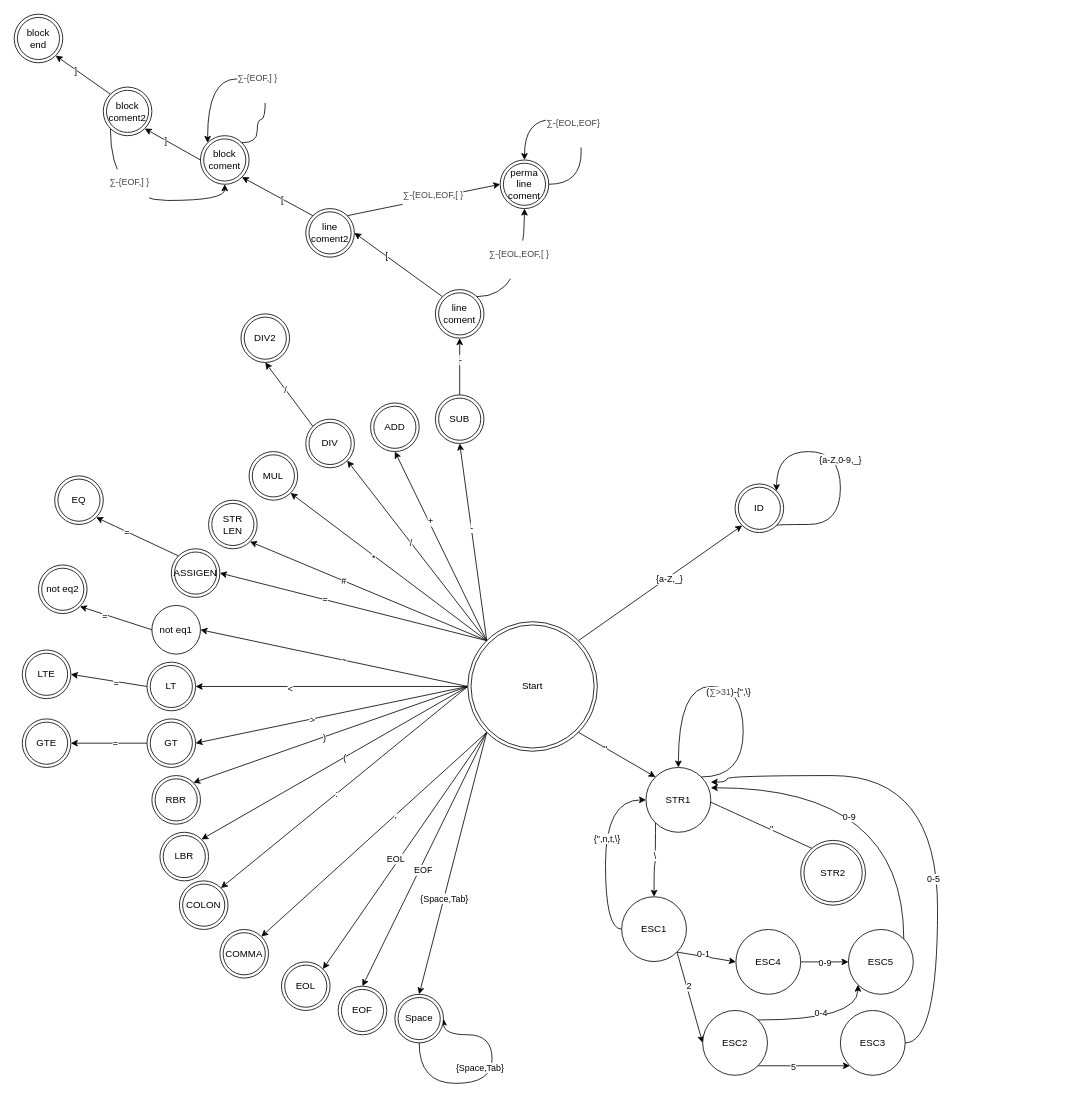
The draw.io diagram doc/scaner.drawio in JakubKomar/Prekladac-jazyka-teal, before the edit. Source tidied: cells renumbered, new cells numbered last; positions are measured from the earlier drawing's top-left corner, leaving out a move shared by most shapes. Both pictures are drawn from the tidied source at 81%, with x=0, y=0 at pixel (14, 14).
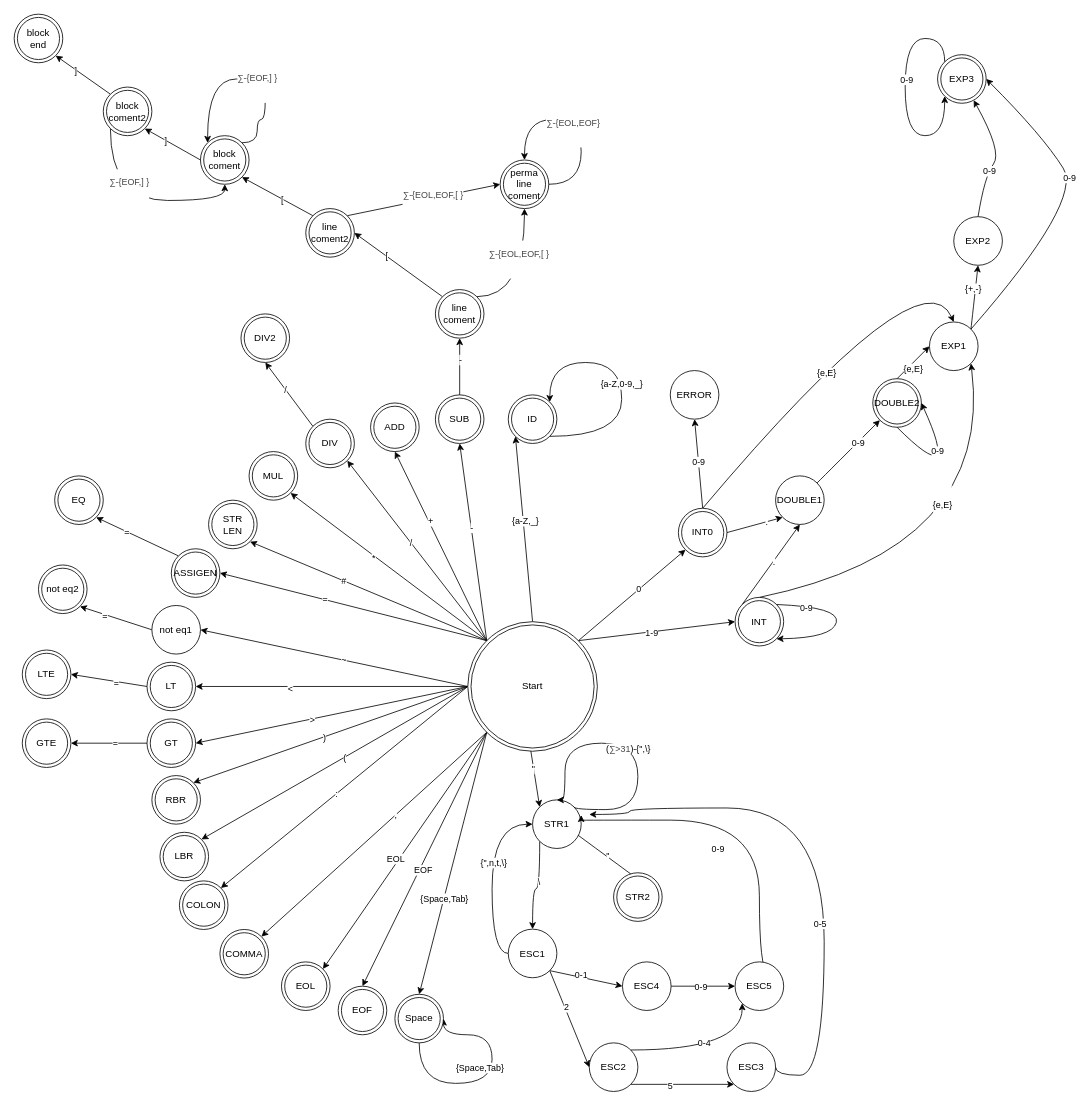
After the change.

The change refers to these unchanged cells:
```xml
<mxCell id="39" value="Start" style="ellipse;shape=doubleEllipse;whiteSpace=wrap;html=1;" parent="1" vertex="1">
  <mxGeometry x="560" y="750" width="160" height="160" as="geometry" />
</mxCell>
```

Change to the diagram source:
```diff
@@
-    <mxCell id="2" style="rounded=0;jettySize=auto;html=1;exitX=1;exitY=0;exitDx=0;exitDy=0;entryX=0;entryY=1;entryDx=0;entryDy=0;" parent="1" edge="1" source="39" target="40">
+    <mxCell id="2" style="rounded=0;jettySize=auto;html=1;exitX=0.5;exitY=0;exitDx=0;exitDy=0;entryX=0;entryY=1;entryDx=0;entryDy=0;" parent="1" edge="1" source="39" target="40">
       <mxGeometry relative="1" as="geometry" />
     </mxCell>
@@
-    <mxCell id="37" style="edgeStyle=none;rounded=0;jettySize=auto;html=1;exitX=1;exitY=1;exitDx=0;exitDy=0;entryX=0;entryY=0;entryDx=0;entryDy=0;" parent="1" edge="1" source="39" target="107">
+    <mxCell id="37" style="edgeStyle=none;rounded=0;jettySize=auto;html=1;exitX=0.483;exitY=0.975;exitDx=0;exitDy=0;entryX=0;entryY=0;entryDx=0;entryDy=0;exitPerimeter=0;" parent="1" edge="1" source="39" target="107">
       <mxGeometry relative="1" as="geometry" />
     </mxCell>
@@
+    <mxCell id="132" style="rounded=0;jettySize=auto;html=1;exitX=1;exitY=0;exitDx=0;exitDy=0;entryX=0;entryY=1;entryDx=0;entryDy=0;" parent="1" edge="1" source="39" target="165">
+      <mxGeometry relative="1" as="geometry" />
+    </mxCell>
+    <mxCell id="133" value="0" style="edgeLabel;html=1;align=center;verticalAlign=middle;" parent="132" vertex="1">
+      <mxGeometry x="0.04" y="-22" relative="1" as="geometry">
+        <mxPoint x="-9" y="-22" as="offset" />
+      </mxGeometry>
+    </mxCell>
+    <mxCell id="134" style="rounded=0;jettySize=auto;html=1;exitX=1;exitY=0;exitDx=0;exitDy=0;entryX=0;entryY=0.5;entryDx=0;entryDy=0;" parent="1" edge="1" source="39" target="139">
+      <mxGeometry relative="1" as="geometry" />
+    </mxCell>
+    <mxCell id="135" value="1-9" style="edgeLabel;html=1;align=center;verticalAlign=middle;" parent="134" vertex="1">
+      <mxGeometry x="-0.08" y="-1" relative="1" as="geometry" />
+    </mxCell>
@@
     <mxCell id="40" value="ID" style="ellipse;shape=doubleEllipse;whiteSpace=wrap;html=1;" parent="1" vertex="1">
-      <mxGeometry x="890" y="580" width="60" height="60" as="geometry" />
+      <mxGeometry x="610" y="470" width="60" height="60" as="geometry" />
     </mxCell>
     <mxCell id="41" style="edgeStyle=orthogonalEdgeStyle;rounded=0;orthogonalLoop=1;jettySize=auto;html=1;exitX=1;exitY=1;exitDx=0;exitDy=0;entryX=1;entryY=0;entryDx=0;entryDy=0;curved=1;" parent="1" edge="1" source="40" target="40">
       <mxGeometry relative="1" as="geometry">
         <Array as="points">
-          <mxPoint x="941" y="630" />
-          <mxPoint x="1020" y="630" />
-          <mxPoint x="1020" y="540" />
-          <mxPoint x="941" y="540" />
+          <mxPoint x="750" y="521" />
+          <mxPoint x="750" y="430" />
+          <mxPoint x="661" y="430" />
         </Array>
       </mxGeometry>
     </mxCell>
     <mxCell id="42" value="{a-Z,0-9,_}" style="edgeLabel;html=1;align=center;verticalAlign=middle;" parent="41" vertex="1">
-      <mxGeometry x="0.08" y="1" relative="1" as="geometry" />
+      <mxGeometry x="0.08" y="1" relative="1" as="geometry">
+        <mxPoint y="18" as="offset" />
+      </mxGeometry>
     </mxCell>
@@
     <mxCell id="107" value="STR1" style="ellipse;whiteSpace=wrap;html=1;" parent="1" vertex="1">
-      <mxGeometry x="780" y="930" width="80" height="80" as="geometry" />
+      <mxGeometry x="640" y="970" width="60" height="60" as="geometry" />
     </mxCell>
     <mxCell id="108" value="STR2" style="ellipse;shape=doubleEllipse;whiteSpace=wrap;html=1;" parent="1" vertex="1">
-      <mxGeometry x="971" y="1020" width="80" height="80" as="geometry" />
+      <mxGeometry x="740" y="1060" width="60" height="60" as="geometry" />
     </mxCell>
     <mxCell id="109" style="edgeStyle=orthogonalEdgeStyle;rounded=0;orthogonalLoop=1;jettySize=auto;html=1;exitX=1;exitY=0;exitDx=0;exitDy=0;entryX=0.5;entryY=0;entryDx=0;entryDy=0;curved=1;" parent="1" edge="1" source="107" target="107">
       <mxGeometry relative="1" as="geometry">
         <Array as="points">
-          <mxPoint x="900" y="942" />
-          <mxPoint x="900" y="830" />
-          <mxPoint x="820" y="830" />
+          <mxPoint x="770" y="982" />
+          <mxPoint x="770" y="900" />
+          <mxPoint x="680" y="900" />
         </Array>
       </mxGeometry>
     </mxCell>
@@
     <mxCell id="117" value="ESC1" style="ellipse;whiteSpace=wrap;html=1;" parent="1" vertex="1">
-      <mxGeometry x="750" y="1089.6" width="80" height="80" as="geometry" />
+      <mxGeometry x="610" y="1129.6" width="60" height="60" as="geometry" />
     </mxCell>
@@
     <mxCell id="122" value="ESC2" style="ellipse;whiteSpace=wrap;html=1;" parent="1" vertex="1">
-      <mxGeometry x="850" y="1230" width="80" height="80" as="geometry" />
+      <mxGeometry x="710" y="1270" width="60" height="60" as="geometry" />
     </mxCell>
-    <mxCell id="123" style="edgeStyle=orthogonalEdgeStyle;curved=1;rounded=0;jettySize=auto;html=1;exitX=1;exitY=0.5;exitDx=0;exitDy=0;entryX=1;entryY=0.226;entryDx=0;entryDy=0;entryPerimeter=0;" parent="1" edge="1" source="125" target="107">
+    <mxCell id="123" style="edgeStyle=orthogonalEdgeStyle;curved=1;rounded=0;jettySize=auto;html=1;exitX=1;exitY=0.5;exitDx=0;exitDy=0;" parent="1" edge="1" source="125">
       <mxGeometry relative="1" as="geometry">
+        <mxPoint x="710" y="988" as="targetPoint" />
         <Array as="points">
-          <mxPoint x="1140" y="1270" />
-          <mxPoint x="1140" y="940" />
-          <mxPoint x="880" y="940" />
-          <mxPoint x="880" y="948" />
+          <mxPoint x="1000" y="1310" />
+          <mxPoint x="1000" y="980" />
+          <mxPoint x="760" y="980" />
+          <mxPoint x="760" y="988" />
         </Array>
       </mxGeometry>
     </mxCell>
@@
     <mxCell id="125" value="ESC3" style="ellipse;whiteSpace=wrap;html=1;" parent="1" vertex="1">
-      <mxGeometry x="1020" y="1230" width="80" height="80" as="geometry" />
+      <mxGeometry x="880" y="1270" width="60" height="60" as="geometry" />
     </mxCell>
@@
     <mxCell id="128" value="ESC4" style="ellipse;whiteSpace=wrap;html=1;" parent="1" vertex="1">
-      <mxGeometry x="891" y="1130" width="80" height="80" as="geometry" />
+      <mxGeometry x="751" y="1170" width="60" height="60" as="geometry" />
     </mxCell>
     <mxCell id="129" style="edgeStyle=orthogonalEdgeStyle;rounded=0;jettySize=auto;html=1;exitX=1;exitY=0;exitDx=0;exitDy=0;entryX=1;entryY=0.313;entryDx=0;entryDy=0;entryPerimeter=0;curved=1;" parent="1" edge="1" source="131" target="107">
       <mxGeometry relative="1" as="geometry">
         <Array as="points">
-          <mxPoint x="1098" y="955" />
+          <mxPoint x="920" y="1182" />
+          <mxPoint x="920" y="995" />
         </Array>
       </mxGeometry>
     </mxCell>
@@
     <mxCell id="131" value="ESC5" style="ellipse;whiteSpace=wrap;html=1;" parent="1" vertex="1">
-      <mxGeometry x="1030" y="1130" width="80" height="80" as="geometry" />
+      <mxGeometry x="890" y="1170" width="60" height="60" as="geometry" />
     </mxCell>
+    <mxCell id="136" style="edgeStyle=none;jettySize=auto;html=1;exitX=0;exitY=0;exitDx=0;exitDy=0;entryX=0.5;entryY=1;entryDx=0;entryDy=0;rounded=0;" parent="1" edge="1" source="139" target="147">
+      <mxGeometry relative="1" as="geometry" />
+    </mxCell>
+    <mxCell id="137" value="." style="edgeLabel;html=1;align=center;verticalAlign=middle;" parent="136" vertex="1">
+      <mxGeometry x="0.08" relative="1" as="geometry" />
+    </mxCell>
+    <mxCell id="138" value="&#10;&#10;&lt;span style=&quot;color: rgb(0, 0, 0); font-family: helvetica; font-size: 11px; font-style: normal; font-weight: 400; letter-spacing: normal; text-align: center; text-indent: 0px; text-transform: none; word-spacing: 0px; background-color: rgb(255, 255, 255); display: inline; float: none;&quot;&gt;{e,E}&lt;/span&gt;&#10;&#10;" style="jettySize=auto;html=1;exitX=0.5;exitY=0;exitDx=0;exitDy=0;entryX=1;entryY=1;entryDx=0;entryDy=0;curved=1;" parent="1" edge="1" source="139" target="154">
+      <mxGeometry x="0.36" y="57" relative="1" as="geometry">
+        <Array as="points">
+          <mxPoint x="1210" y="660" />
+        </Array>
+      </mxGeometry>
+    </mxCell>
+    <mxCell id="139" value="INT" style="ellipse;shape=doubleEllipse;whiteSpace=wrap;html=1;" parent="1" vertex="1">
+      <mxGeometry x="890" y="720" width="60" height="60" as="geometry" />
+    </mxCell>
+    <mxCell id="140" style="edgeStyle=none;curved=1;orthogonalLoop=1;jettySize=auto;html=1;exitX=1;exitY=0;exitDx=0;exitDy=0;entryX=1;entryY=1;entryDx=0;entryDy=0;" parent="1" edge="1" source="139" target="139">
+      <mxGeometry relative="1" as="geometry">
+        <Array as="points">
+          <mxPoint x="1020" y="732" />
+          <mxPoint x="1010" y="770" />
+        </Array>
+      </mxGeometry>
+    </mxCell>
+    <mxCell id="141" value="0-9" style="edgeLabel;html=1;align=center;verticalAlign=middle;" parent="140" vertex="1">
+      <mxGeometry x="-0.61" y="-2" relative="1" as="geometry" />
+    </mxCell>
+    <mxCell id="142" style="jettySize=auto;html=1;exitX=0.5;exitY=0;exitDx=0;exitDy=0;entryX=0;entryY=0.5;entryDx=0;entryDy=0;" parent="1" edge="1" source="144" target="154">
+      <mxGeometry relative="1" as="geometry" />
+    </mxCell>
+    <mxCell id="143" value="{e,E}" style="edgeLabel;html=1;align=center;verticalAlign=middle;" parent="142" vertex="1">
+      <mxGeometry x="-0.22" y="-5" relative="1" as="geometry" />
+    </mxCell>
+    <mxCell id="144" value="DOUBLE2" style="ellipse;shape=doubleEllipse;whiteSpace=wrap;html=1;" parent="1" vertex="1">
+      <mxGeometry x="1060" y="450" width="60" height="60" as="geometry" />
+    </mxCell>
+    <mxCell id="145" style="edgeStyle=none;curved=1;jettySize=auto;html=1;exitX=1;exitY=0;exitDx=0;exitDy=0;entryX=0;entryY=1;entryDx=0;entryDy=0;" parent="1" edge="1" source="147" target="144">
+      <mxGeometry relative="1" as="geometry" />
+    </mxCell>
+    <mxCell id="146" value="0-9" style="edgeLabel;html=1;align=center;verticalAlign=middle;" parent="145" vertex="1">
+      <mxGeometry x="0.34" y="-5" relative="1" as="geometry">
+        <mxPoint x="-6" y="-1" as="offset" />
+      </mxGeometry>
+    </mxCell>
+    <mxCell id="147" value="DOUBLE1" style="ellipse;whiteSpace=wrap;html=1;" parent="1" vertex="1">
+      <mxGeometry x="940" y="570" width="60" height="60" as="geometry" />
+    </mxCell>
+    <mxCell id="148" style="edgeStyle=none;curved=1;orthogonalLoop=1;jettySize=auto;html=1;exitX=0.5;exitY=1;exitDx=0;exitDy=0;entryX=1;entryY=0.5;entryDx=0;entryDy=0;" parent="1" edge="1" source="144" target="144">
+      <mxGeometry relative="1" as="geometry">
+        <Array as="points">
+          <mxPoint x="1170" y="590" />
+        </Array>
+      </mxGeometry>
+    </mxCell>
+    <mxCell id="149" value="0-9" style="edgeLabel;html=1;align=center;verticalAlign=middle;" parent="148" vertex="1">
+      <mxGeometry x="-0.51" y="20" relative="1" as="geometry">
+        <mxPoint x="-5" y="3" as="offset" />
+      </mxGeometry>
+    </mxCell>
+    <mxCell id="150" style="edgeStyle=none;curved=1;jettySize=auto;html=1;exitX=1;exitY=0;exitDx=0;exitDy=0;entryX=0.5;entryY=1;entryDx=0;entryDy=0;" parent="1" edge="1" source="154" target="157">
+      <mxGeometry relative="1" as="geometry" />
+    </mxCell>
+    <mxCell id="151" value="{+,-}" style="edgeLabel;html=1;align=center;verticalAlign=middle;" parent="150" vertex="1">
+      <mxGeometry x="0.25" y="3" relative="1" as="geometry" />
+    </mxCell>
+    <mxCell id="152" style="edgeStyle=none;curved=1;jettySize=auto;html=1;exitX=1;exitY=0;exitDx=0;exitDy=0;entryX=1;entryY=0.5;entryDx=0;entryDy=0;" parent="1" edge="1" source="154" target="158">
+      <mxGeometry relative="1" as="geometry">
+        <Array as="points">
+          <mxPoint x="1320" y="230" />
+          <mxPoint x="1270" y="150" />
+        </Array>
+      </mxGeometry>
+    </mxCell>
+    <mxCell id="153" value="0-9" style="edgeLabel;html=1;align=center;verticalAlign=middle;" parent="152" vertex="1">
+      <mxGeometry x="-0.21" y="50" relative="1" as="geometry">
+        <mxPoint x="53.3" y="-34.2" as="offset" />
+      </mxGeometry>
+    </mxCell>
+    <mxCell id="154" value="EXP1" style="ellipse;whiteSpace=wrap;html=1;" parent="1" vertex="1">
+      <mxGeometry x="1130" y="380" width="60" height="60" as="geometry" />
+    </mxCell>
+    <mxCell id="155" style="edgeStyle=none;curved=1;jettySize=auto;html=1;exitX=0.5;exitY=0;exitDx=0;exitDy=0;" parent="1" edge="1" source="157" target="158">
+      <mxGeometry relative="1" as="geometry">
+        <Array as="points">
+          <mxPoint x="1198" y="200" />
+          <mxPoint x="1220" y="170" />
+        </Array>
+      </mxGeometry>
+    </mxCell>
+    <mxCell id="156" value="0-9" style="edgeLabel;html=1;align=center;verticalAlign=middle;" parent="155" vertex="1">
+      <mxGeometry x="-0.27" y="-1" relative="1" as="geometry" />
+    </mxCell>
+    <mxCell id="157" value="EXP2" style="ellipse;whiteSpace=wrap;html=1;" parent="1" vertex="1">
+      <mxGeometry x="1160" y="250" width="60" height="60" as="geometry" />
+    </mxCell>
+    <mxCell id="158" value="EXP3" style="ellipse;shape=doubleEllipse;whiteSpace=wrap;html=1;" parent="1" vertex="1">
+      <mxGeometry x="1140" y="50" width="60" height="60" as="geometry" />
+    </mxCell>
+    <mxCell id="159" style="edgeStyle=none;rounded=0;jettySize=auto;html=1;exitX=1;exitY=0.5;exitDx=0;exitDy=0;entryX=0;entryY=1;entryDx=0;entryDy=0;" parent="1" edge="1" source="165" target="147">
+      <mxGeometry relative="1" as="geometry" />
+    </mxCell>
+    <mxCell id="160" value="." style="edgeLabel;html=1;align=center;verticalAlign=middle;" parent="159" vertex="1">
+      <mxGeometry x="0.41" relative="1" as="geometry" />
+    </mxCell>
+    <mxCell id="161" style="edgeStyle=none;curved=1;jettySize=auto;html=1;exitX=0.5;exitY=0;exitDx=0;exitDy=0;entryX=0.5;entryY=0;entryDx=0;entryDy=0;" parent="1" edge="1" source="165" target="154">
+      <mxGeometry relative="1" as="geometry">
+        <Array as="points">
+          <mxPoint x="1120" y="290" />
+        </Array>
+      </mxGeometry>
+    </mxCell>
+    <mxCell id="162" value="{e,E}" style="edgeLabel;html=1;align=center;verticalAlign=middle;" parent="161" vertex="1">
+      <mxGeometry x="-0.34" y="-83" relative="1" as="geometry">
+        <mxPoint x="-21.4" y="-90.7" as="offset" />
+      </mxGeometry>
+    </mxCell>
+    <mxCell id="163" style="jettySize=auto;html=1;exitX=0.5;exitY=0;exitDx=0;exitDy=0;entryX=0.5;entryY=1;entryDx=0;entryDy=0;" parent="1" edge="1" source="165" target="166">
+      <mxGeometry relative="1" as="geometry" />
+    </mxCell>
+    <mxCell id="164" value="0-9" style="edgeLabel;html=1;align=center;verticalAlign=middle;" parent="163" vertex="1">
+      <mxGeometry x="0.04" y="-18" relative="1" as="geometry">
+        <mxPoint x="-18" y="1" as="offset" />
+      </mxGeometry>
+    </mxCell>
+    <mxCell id="165" value="INT0" style="ellipse;shape=doubleEllipse;whiteSpace=wrap;html=1;" parent="1" vertex="1">
+      <mxGeometry x="820" y="610" width="60" height="60" as="geometry" />
+    </mxCell>
+    <mxCell id="166" value="ERROR" style="ellipse;whiteSpace=wrap;html=1;" parent="1" vertex="1">
+      <mxGeometry x="810" y="440" width="60" height="60" as="geometry" />
+    </mxCell>
+    <mxCell id="167" style="edgeStyle=orthogonalEdgeStyle;curved=1;orthogonalLoop=1;jettySize=auto;html=1;exitX=0;exitY=0;exitDx=0;exitDy=0;entryX=0;entryY=1;entryDx=0;entryDy=0;" parent="1" edge="1" source="158" target="158">
+      <mxGeometry relative="1" as="geometry">
+        <Array as="points">
+          <mxPoint x="1149" y="30" />
+          <mxPoint x="1100" y="30" />
+          <mxPoint x="1100" y="150" />
+          <mxPoint x="1149" y="150" />
+        </Array>
+      </mxGeometry>
+    </mxCell>
+    <mxCell id="168" value="0-9" style="edgeLabel;html=1;align=center;verticalAlign=middle;" parent="167" vertex="1">
+      <mxGeometry x="-0.13" y="1" relative="1" as="geometry" />
+    </mxCell>
```
